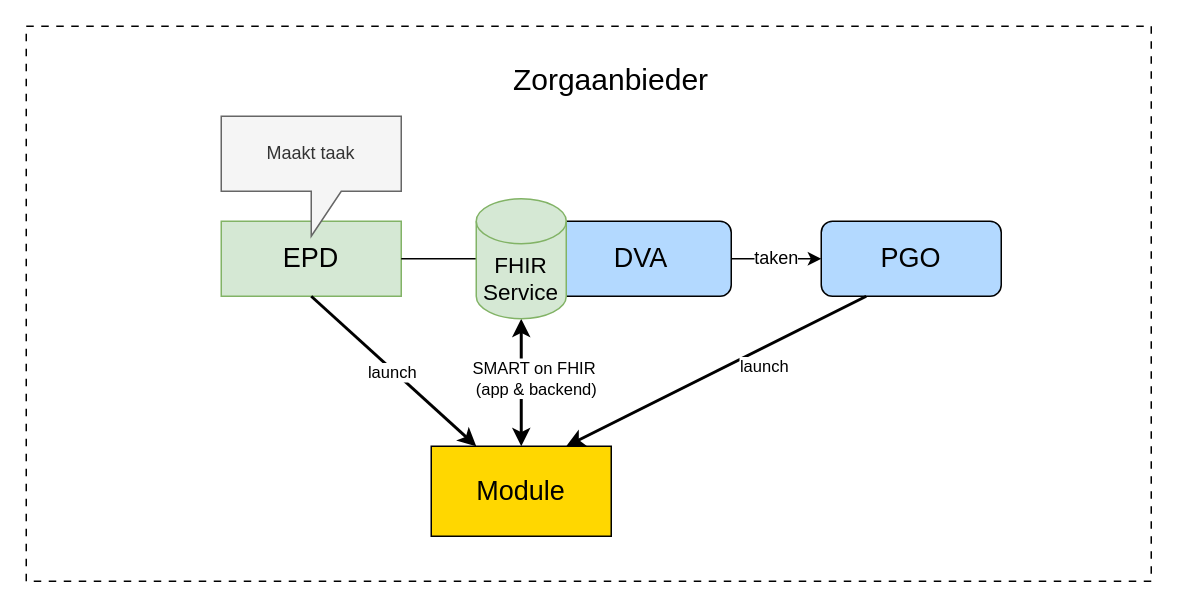
The draw.io diagram input/images/koppeltaal/optie4.drawio in KoppelMij/koppelmij-designs, before the edit. Source tidied: cells renumbered, new cells numbered last; positions are measured from the earlier drawing's top-left corner, leaving out a move shared by most shapes. Both pictures are drawn from the tidied source at 150%, with x=0, y=0 at pixel (26, 26).
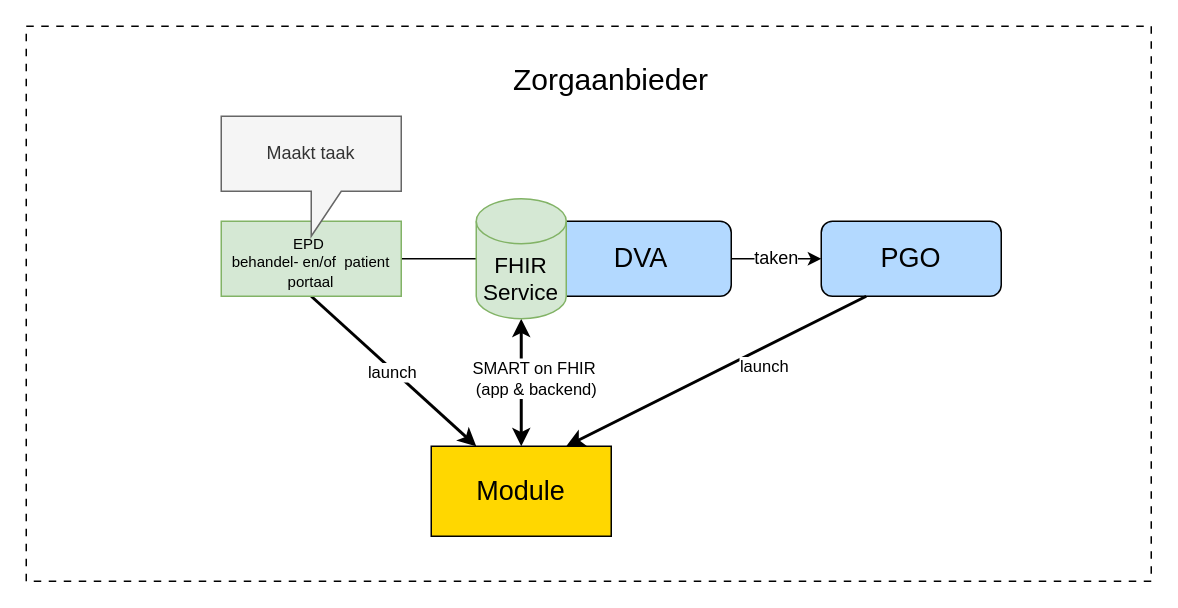
The same diagram, later.

What changed in the source:
```diff
@@
 <mxGraphModel>
   <root>
     <mxCell id="0" />
     <mxCell id="1" parent="0" />
     <mxCell id="2" style="rounded=0;whiteSpace=wrap;html=1;dashed=1;dashPattern=5 5;fillColor=none;strokeColor=#000000;" parent="1" vertex="1">
       <mxGeometry width="750" height="370" as="geometry" />
     </mxCell>
     <mxCell id="3" value="Zorgaanbieder" style="text;html=1;strokeColor=none;fillColor=none;align=center;verticalAlign=middle;whiteSpace=wrap;rounded=0;fontSize=20;fontStyle=0;" parent="1" vertex="1">
       <mxGeometry x="330" y="20" width="120" height="30" as="geometry" />
     </mxCell>
-    <mxCell id="4" value="EPD" style="rounded=0;whiteSpace=wrap;html=1;fillColor=#d5e8d4;strokeColor=#82b366;fontSize=18;" parent="1" vertex="1">
-      <mxGeometry x="130" y="130" width="120" height="50" as="geometry" />
-    </mxCell>
-    <mxCell id="5" value="Maakt taak" style="shape=callout;whiteSpace=wrap;html=1;perimeter=calloutPerimeter;fillColor=#f5f5f5;strokeColor=#666666;fontColor=#333333;" parent="1" vertex="1">
-      <mxGeometry x="130" y="60" width="120" height="80" as="geometry" />
-    </mxCell>
     <mxCell id="6" value="DVA" style="rounded=1;whiteSpace=wrap;html=1;fillColor=#B3D9FF;strokeColor=#000000;fontSize=18;arcSize=15;" parent="1" vertex="1">
       <mxGeometry x="350" y="130" width="120" height="50" as="geometry" />
     </mxCell>
     <mxCell id="7" value="PGO" style="rounded=1;whiteSpace=wrap;html=1;fillColor=#B3D9FF;strokeColor=#000000;fontSize=18;arcSize=15;" parent="1" vertex="1">
       <mxGeometry x="530" y="130" width="120" height="50" as="geometry" />
     </mxCell>
     <mxCell id="8" value="Module" style="rounded=0;whiteSpace=wrap;html=1;fillColor=#FFD700;strokeColor=#000000;fontSize=18;" parent="1" vertex="1">
       <mxGeometry x="270" y="280" width="120" height="60" as="geometry" />
     </mxCell>
     <mxCell id="9" value="taken" style="edgeStyle=orthogonalEdgeStyle;rounded=0;jettySize=auto;html=1;exitX=1;exitY=0.5;exitDx=0;exitDy=0;entryX=0;entryY=0.5;entryDx=0;entryDy=0;strokeColor=#000000;fontSize=12;" parent="1" edge="1" source="6" target="7">
       <mxGeometry relative="1" as="geometry" />
     </mxCell>
     <mxCell id="10" value="launch" style="rounded=0;jettySize=auto;html=1;exitX=0.25;exitY=1;exitDx=0;exitDy=0;strokeColor=#000000;strokeWidth=2;fontSize=11;entryX=0.75;entryY=0;entryDx=0;entryDy=0;" parent="1" edge="1" source="7" target="8">
       <mxGeometry x="-0.27" y="11" relative="1" as="geometry" />
     </mxCell>
-    <mxCell id="11" style="edgeStyle=orthogonalEdgeStyle;rounded=0;jettySize=auto;html=1;exitX=1;exitY=0.5;exitDx=0;exitDy=0;entryX=0;entryY=0.5;entryDx=0;entryDy=0;strokeColor=#000000;fontSize=12;endArrow=none;endFill=0;" parent="1" edge="1" source="4">
+    <mxCell id="11" style="edgeStyle=orthogonalEdgeStyle;rounded=0;orthogonalLoop=1;jettySize=auto;html=1;exitX=1;exitY=0.5;exitDx=0;exitDy=0;entryX=0;entryY=0.5;entryDx=0;entryDy=0;strokeColor=#000000;fontSize=12;endArrow=none;endFill=0;" parent="1" edge="1">
       <mxGeometry relative="1" as="geometry">
+        <mxPoint x="250" y="155" as="sourcePoint" />
         <mxPoint x="300" y="155" as="targetPoint" />
       </mxGeometry>
     </mxCell>
     <mxCell id="12" value="SMART on FHIR&amp;nbsp;&lt;div&gt;(app &amp;amp; backend)&lt;/div&gt;" style="rounded=0;jettySize=auto;html=1;exitX=0.5;exitY=1;exitDx=0;exitDy=0;entryX=0.5;entryY=0;entryDx=0;entryDy=0;strokeColor=#000000;strokeWidth=2;fontSize=11;startArrow=classic;startFill=1;exitPerimeter=0;" parent="1" edge="1" source="14" target="8">
       <mxGeometry x="-0.07" y="10" relative="1" as="geometry" />
     </mxCell>
-    <mxCell id="13" value="launch" style="rounded=0;jettySize=auto;html=1;exitX=0.5;exitY=1;exitDx=0;exitDy=0;strokeColor=#000000;strokeWidth=2;fontSize=11;entryX=0.25;entryY=0;entryDx=0;entryDy=0;" parent="1" edge="1" source="4" target="8">
-      <mxGeometry x="-0.01" y="-1" relative="1" as="geometry" />
+    <mxCell id="13" value="launch" style="rounded=0;jettySize=auto;html=1;exitX=0.5;exitY=1;exitDx=0;exitDy=0;strokeColor=#000000;strokeWidth=2;fontSize=11;entryX=0.25;entryY=0;entryDx=0;entryDy=0;" parent="1" edge="1" target="8">
+      <mxGeometry x="-0.01" y="-1" relative="1" as="geometry">
+        <mxPoint x="190" y="180" as="sourcePoint" />
+      </mxGeometry>
     </mxCell>
     <mxCell id="14" value="&lt;span&gt;FHIR Service&lt;/span&gt;" style="shape=cylinder3;whiteSpace=wrap;html=1;boundedLbl=1;backgroundOutline=1;size=15;fillColor=#d5e8d4;strokeColor=#82b366;fontSize=15;" parent="1" vertex="1">
       <mxGeometry x="300" y="115" width="60" height="80" as="geometry" />
     </mxCell>
+    <mxCell id="15" value="&lt;div style=&quot;line-height: 70%;&quot;&gt;&lt;font style=&quot;font-size: 10px; line-height: 70%;&quot;&gt;EPD&amp;nbsp;&lt;/font&gt;&lt;div&gt;&lt;font style=&quot;font-size: 10px; line-height: 70%;&quot;&gt;behandel- en/of&amp;nbsp; patient portaal&lt;/font&gt;&lt;/div&gt;&lt;/div&gt;" style="rounded=0;whiteSpace=wrap;html=1;fillColor=#d5e8d4;strokeColor=#82b366;fontSize=18;" parent="1" vertex="1">
+      <mxGeometry x="130" y="130" width="120" height="50" as="geometry" />
+    </mxCell>
+    <mxCell id="5" value="Maakt taak" style="shape=callout;whiteSpace=wrap;html=1;perimeter=calloutPerimeter;fillColor=#f5f5f5;strokeColor=#666666;fontColor=#333333;" parent="1" vertex="1">
+      <mxGeometry x="130" y="60" width="120" height="80" as="geometry" />
+    </mxCell>
   </root>
 </mxGraphModel>
```
